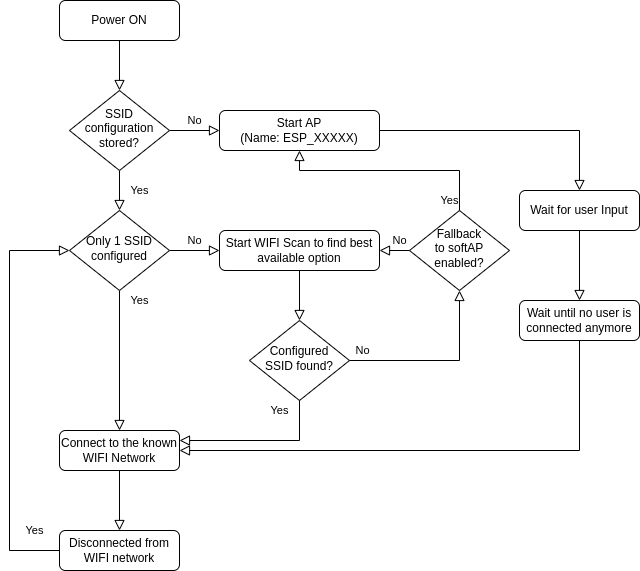
Above: documentation/flow-diagram.png in MartinVerges/esp32-wifi-manager (draw.io), before the change. Source tidied: cells renumbered, new cells last; positions are measured from the earlier drawing's top-left corner, leaving out a move shared by most shapes.
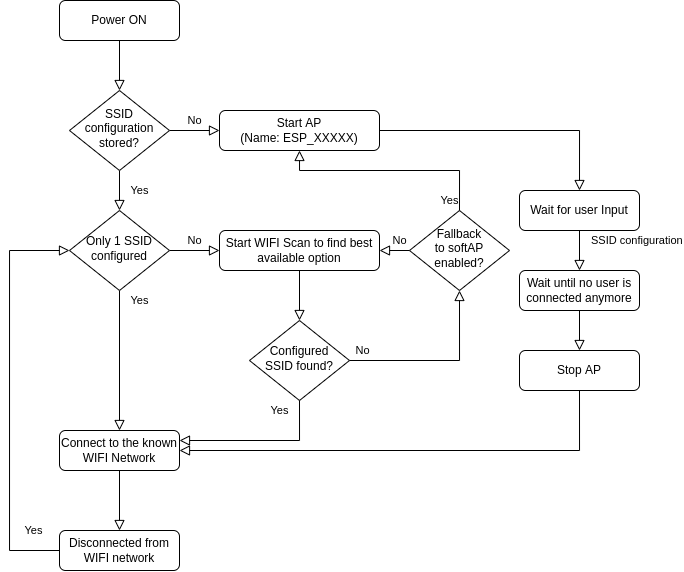
The same diagram one commit later.

What changed in the source:
```diff
@@ -76,12 +76,9 @@
       <mxGeometry x="510" y="190" width="120" height="40" as="geometry" />
     </mxCell>
     <mxCell id="22" value="Wait until no user is connected anymore" style="rounded=1;whiteSpace=wrap;html=1;fontSize=12;glass=0;strokeWidth=1;shadow=0;" parent="1" vertex="1">
-      <mxGeometry x="510" y="300" width="120" height="40" as="geometry" />
+      <mxGeometry x="510" y="270" width="120" height="40" as="geometry" />
     </mxCell>
-    <mxCell id="23" style="rounded=0;html=1;jettySize=auto;fontSize=11;endArrow=block;endFill=0;endSize=8;strokeWidth=1;shadow=0;labelBackgroundColor=none;edgeStyle=orthogonalEdgeStyle;exitX=0.5;exitY=1;exitDx=0;exitDy=0;entryX=0.5;entryY=0;entryDx=0;entryDy=0;" parent="1" edge="1" source="21" target="22">
-      <mxGeometry x="0.09" y="-10" relative="1" as="geometry" />
-    </mxCell>
-    <mxCell id="24" style="rounded=0;html=1;jettySize=auto;fontSize=11;endArrow=block;endFill=0;endSize=8;strokeWidth=1;shadow=0;labelBackgroundColor=none;edgeStyle=orthogonalEdgeStyle;entryX=1;entryY=0.5;entryDx=0;entryDy=0;exitX=0.5;exitY=1;exitDx=0;exitDy=0;" parent="1" edge="1" source="22" target="11">
+    <mxCell id="24" style="rounded=0;html=1;jettySize=auto;fontSize=11;endArrow=block;endFill=0;endSize=8;strokeWidth=1;shadow=0;labelBackgroundColor=none;edgeStyle=orthogonalEdgeStyle;entryX=1;entryY=0.5;entryDx=0;entryDy=0;exitX=0.5;exitY=1;exitDx=0;exitDy=0;" parent="1" edge="1" source="28" target="11">
       <mxGeometry x="0.09" y="-10" relative="1" as="geometry">
         <Array as="points">
           <mxPoint x="570" y="450" />
@@ -102,5 +99,16 @@
         </Array>
       </mxGeometry>
     </mxCell>
+    <mxCell id="28" value="Stop AP" style="rounded=1;whiteSpace=wrap;html=1;fontSize=12;glass=0;strokeWidth=1;shadow=0;" parent="1" vertex="1">
+      <mxGeometry x="510" y="350" width="120" height="40" as="geometry" />
+    </mxCell>
+    <mxCell id="29" value="SSID configuration" style="rounded=0;html=1;jettySize=auto;fontSize=11;endArrow=block;endFill=0;endSize=8;strokeWidth=1;shadow=0;labelBackgroundColor=none;edgeStyle=orthogonalEdgeStyle;exitX=0.5;exitY=1;exitDx=0;exitDy=0;align=left;" parent="1" edge="1" source="21">
+      <mxGeometry x="-0.5" y="10" relative="1" as="geometry">
+        <mxPoint x="570" y="270" as="targetPoint" />
+      </mxGeometry>
+    </mxCell>
+    <mxCell id="30" style="rounded=0;html=1;jettySize=auto;fontSize=11;endArrow=block;endFill=0;endSize=8;strokeWidth=1;shadow=0;labelBackgroundColor=none;edgeStyle=orthogonalEdgeStyle;exitX=0.5;exitY=1;exitDx=0;exitDy=0;align=left;entryX=0.5;entryY=0;entryDx=0;entryDy=0;" parent="1" edge="1" source="22" target="28">
+      <mxGeometry x="-0.5" y="10" relative="1" as="geometry" />
+    </mxCell>
   </root>
 </mxGraphModel>
```
